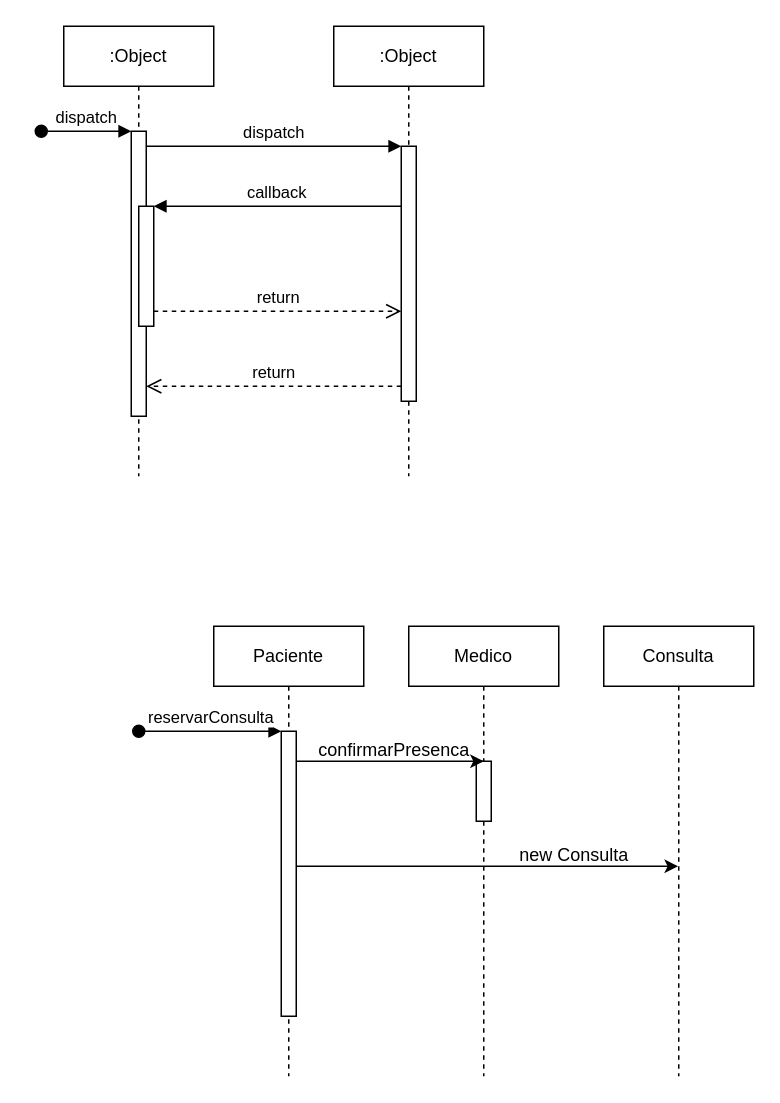
eduardovaladao/Projeto-Integrador keeps this draw.io diagram as docs/Diagrama de Sequência.drawio. Above is the earlier version. Source tidied: cells renumbered, new cells numbered last; positions are measured from the earlier drawing's top-left corner, leaving out a move shared by most shapes. Both pictures are drawn from the tidied source at 150%, with x=0, y=0 at pixel (40, 26).
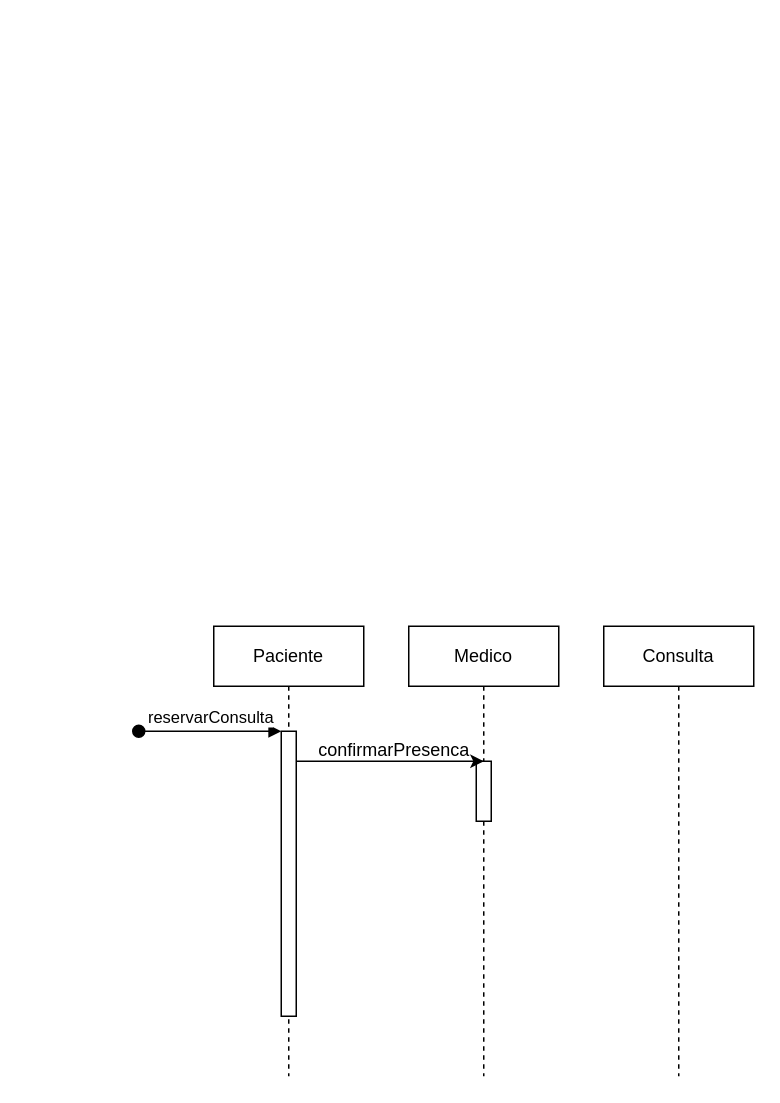
The same page after the edit.

The change refers to these unchanged cells:
```xml
<mxCell id="19" value="Consulta" style="shape=umlLifeline;perimeter=lifelinePerimeter;whiteSpace=wrap;html=1;outlineConnect=0;portConstraint=eastwest;newEdgeStyle={&quot;edgeStyle&quot;:&quot;elbowEdgeStyle&quot;,&quot;elbow&quot;:&quot;vertical&quot;,&quot;curved&quot;:0,&quot;rounded&quot;:0};" parent="1" vertex="1">
  <mxGeometry x="375" y="400" width="100" height="300" as="geometry" />
</mxCell>
```

Change to the diagram source:
```diff
@@
-    <mxCell id="2" value=":Object" style="shape=umlLifeline;perimeter=lifelinePerimeter;whiteSpace=wrap;html=1;newEdgeStyle={&quot;edgeStyle&quot;:&quot;elbowEdgeStyle&quot;,&quot;elbow&quot;:&quot;vertical&quot;,&quot;curved&quot;:0,&quot;rounded&quot;:0};" parent="1" vertex="1">
-      <mxGeometry x="15" width="100" height="300" as="geometry" />
-    </mxCell>
-    <mxCell id="3" style="html=1;points=[];perimeter=orthogonalPerimeter;outlineConnect=0;targetShapes=umlLifeline;portConstraint=eastwest;newEdgeStyle={&quot;edgeStyle&quot;:&quot;elbowEdgeStyle&quot;,&quot;elbow&quot;:&quot;vertical&quot;,&quot;curved&quot;:0,&quot;rounded&quot;:0};" parent="2" vertex="1">
-      <mxGeometry x="45" y="70" width="10" height="190" as="geometry" />
-    </mxCell>
-    <mxCell id="4" value="dispatch" style="html=1;verticalAlign=bottom;startArrow=oval;endArrow=block;startSize=8;edgeStyle=elbowEdgeStyle;elbow=vertical;curved=0;rounded=0;" parent="2" edge="1" target="3">
-      <mxGeometry relative="1" as="geometry">
-        <mxPoint x="-15" y="70" as="sourcePoint" />
-      </mxGeometry>
-    </mxCell>
-    <mxCell id="5" style="html=1;points=[];perimeter=orthogonalPerimeter;outlineConnect=0;targetShapes=umlLifeline;portConstraint=eastwest;newEdgeStyle={&quot;edgeStyle&quot;:&quot;elbowEdgeStyle&quot;,&quot;elbow&quot;:&quot;vertical&quot;,&quot;curved&quot;:0,&quot;rounded&quot;:0};" parent="2" vertex="1">
-      <mxGeometry x="50" y="120" width="10" height="80" as="geometry" />
-    </mxCell>
-    <mxCell id="6" value=":Object" style="shape=umlLifeline;perimeter=lifelinePerimeter;whiteSpace=wrap;html=1;newEdgeStyle={&quot;edgeStyle&quot;:&quot;elbowEdgeStyle&quot;,&quot;elbow&quot;:&quot;vertical&quot;,&quot;curved&quot;:0,&quot;rounded&quot;:0};" parent="1" vertex="1">
-      <mxGeometry x="195" width="100" height="300" as="geometry" />
-    </mxCell>
-    <mxCell id="7" style="html=1;points=[];perimeter=orthogonalPerimeter;outlineConnect=0;targetShapes=umlLifeline;portConstraint=eastwest;newEdgeStyle={&quot;edgeStyle&quot;:&quot;elbowEdgeStyle&quot;,&quot;elbow&quot;:&quot;vertical&quot;,&quot;curved&quot;:0,&quot;rounded&quot;:0};" parent="6" vertex="1">
-      <mxGeometry x="45" y="80" width="10" height="170" as="geometry" />
-    </mxCell>
-    <mxCell id="8" value="dispatch" style="html=1;verticalAlign=bottom;endArrow=block;edgeStyle=elbowEdgeStyle;elbow=vertical;curved=0;rounded=0;" parent="1" edge="1" source="3" target="7">
-      <mxGeometry relative="1" as="geometry">
-        <Array as="points">
-          <mxPoint x="155" y="80" />
-        </Array>
-      </mxGeometry>
-    </mxCell>
-    <mxCell id="9" value="return" style="html=1;verticalAlign=bottom;endArrow=open;dashed=1;endSize=8;edgeStyle=elbowEdgeStyle;elbow=vertical;curved=0;rounded=0;" parent="1" edge="1" source="7" target="3">
-      <mxGeometry relative="1" as="geometry">
-        <Array as="points">
-          <mxPoint x="165" y="240" />
-        </Array>
-      </mxGeometry>
-    </mxCell>
-    <mxCell id="10" value="callback" style="html=1;verticalAlign=bottom;endArrow=block;edgeStyle=elbowEdgeStyle;elbow=vertical;curved=0;rounded=0;" parent="1" edge="1" source="7" target="5">
-      <mxGeometry relative="1" as="geometry">
-        <Array as="points">
-          <mxPoint x="165" y="120" />
-        </Array>
-      </mxGeometry>
-    </mxCell>
-    <mxCell id="11" value="return" style="html=1;verticalAlign=bottom;endArrow=open;dashed=1;endSize=8;edgeStyle=elbowEdgeStyle;elbow=vertical;curved=0;rounded=0;" parent="1" edge="1" source="5" target="7">
-      <mxGeometry relative="1" as="geometry">
-        <Array as="points">
-          <mxPoint x="155" y="190" />
-        </Array>
-      </mxGeometry>
-    </mxCell>
@@
-    <mxCell id="20" style="endArrow=classic;html=1;rounded=0;" parent="1" edge="1" target="19">
-      <mxGeometry relative="1" as="geometry">
-        <mxPoint x="170" y="560" as="sourcePoint" />
-      </mxGeometry>
-    </mxCell>
-    <mxCell id="21" value="new Consulta" style="text;html=1;align=center;verticalAlign=middle;strokeColor=none;fillColor=none;" parent="1" vertex="1">
-      <mxGeometry x="305" y="538" width="100" height="30" as="geometry" />
-    </mxCell>
```
